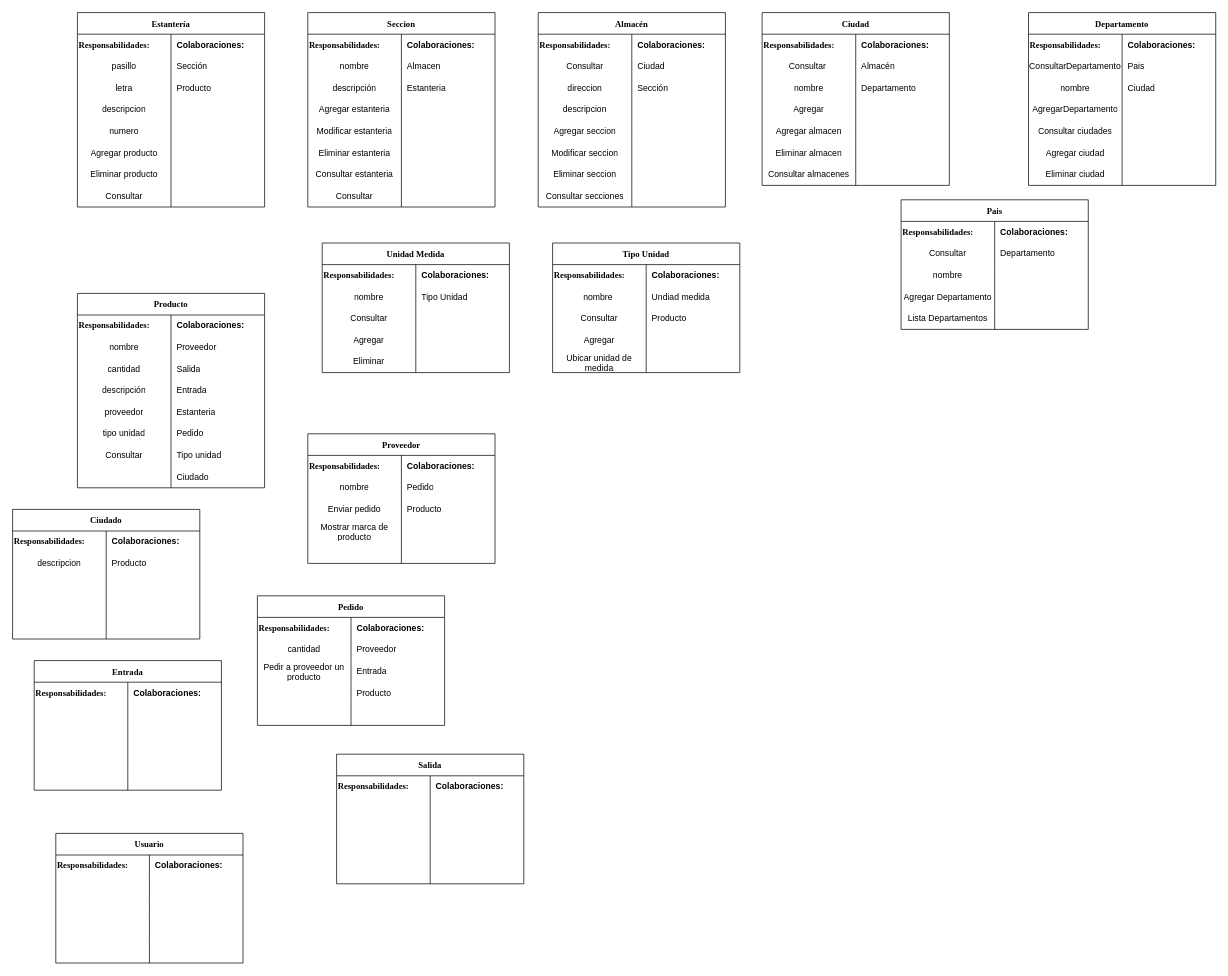
This is page "CRC" (1 of 2) of Extraclase/Modelo de dominio/Tarjetas CRC.drawio from DOOPan2022/Presupuesto, a draw.io file, before an edit. Source tidied: cells renumbered, new cells numbered last; positions are measured from the earlier drawing's top-left corner, leaving out a move shared by most shapes. Both pictures are drawn from the tidied source at 72%, with x=0, y=0 at pixel (12, 12).
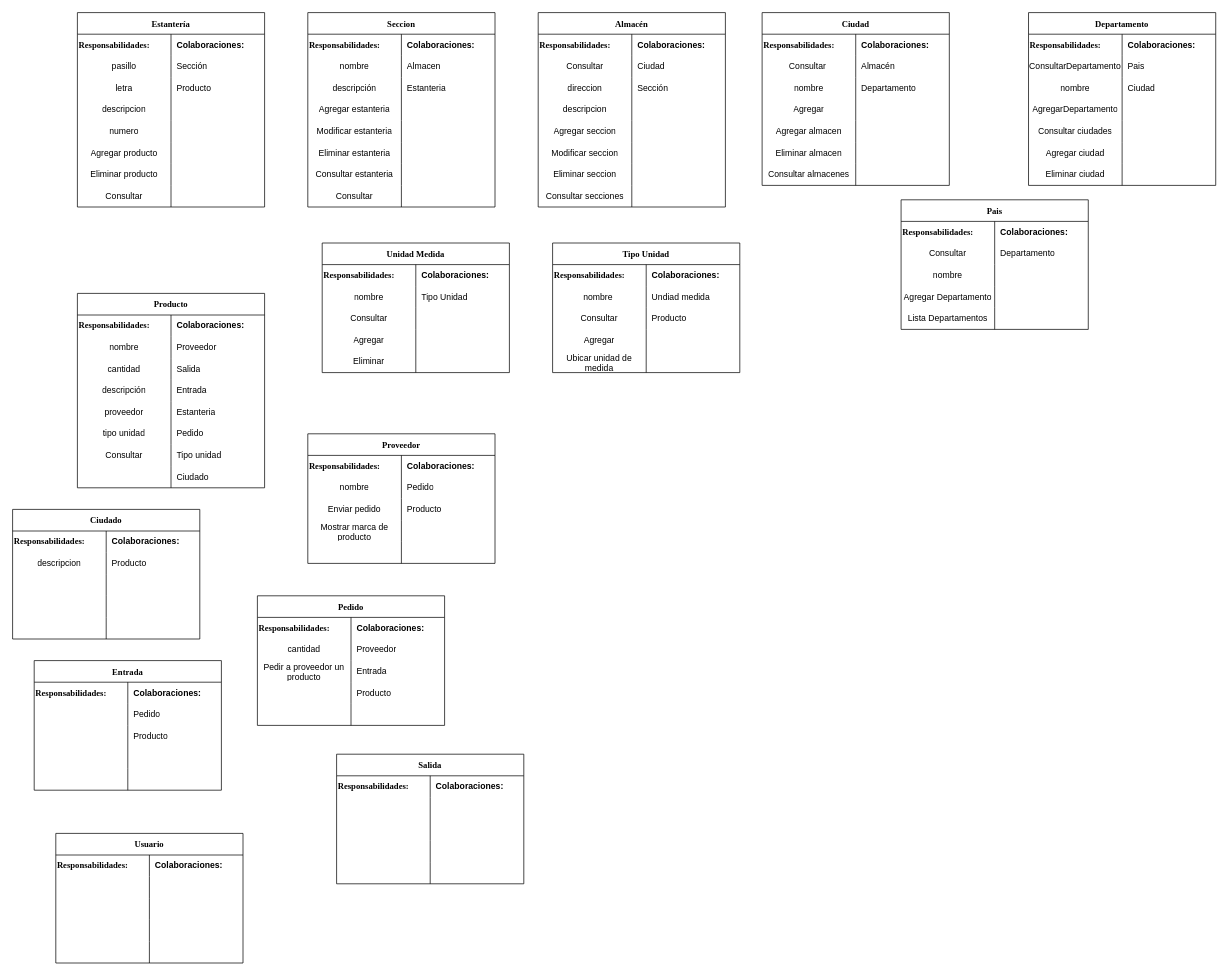
After the change.

The change refers to these unchanged cells:
```xml
<mxCell id="79" style="shape=tableRow;horizontal=0;startSize=0;swimlaneHead=0;swimlaneBody=0;top=0;left=0;bottom=0;right=0;fillColor=none;" parent="75" vertex="1">
  <mxGeometry y="60" width="260" height="30" as="geometry" />
</mxCell>
<mxCell id="82" style="shape=tableRow;horizontal=0;startSize=0;swimlaneHead=0;swimlaneBody=0;top=0;left=0;bottom=0;right=0;fillColor=none;" parent="75" vertex="1">
  <mxGeometry y="90" width="260" height="30" as="geometry" />
</mxCell>
```

What changed in the source:
```diff
@@
-    <mxCell id="81" style="shape=partialRectangle;html=1;whiteSpace=wrap;fillColor=none;top=0;left=0;bottom=0;right=0;align=left;spacingLeft=6;overflow=hidden;" parent="79" vertex="1">
+    <mxCell id="81" value="Pedido" style="shape=partialRectangle;html=1;whiteSpace=wrap;fillColor=none;top=0;left=0;bottom=0;right=0;align=left;spacingLeft=6;overflow=hidden;" parent="79" vertex="1">
       <mxGeometry x="130" width="130" height="30" as="geometry" />
     </mxCell>
@@
-    <mxCell id="84" style="shape=partialRectangle;html=1;whiteSpace=wrap;fillColor=none;top=0;left=0;bottom=0;right=0;align=left;spacingLeft=6;overflow=hidden;" parent="82" vertex="1">
+    <mxCell id="84" value="Producto" style="shape=partialRectangle;html=1;whiteSpace=wrap;fillColor=none;top=0;left=0;bottom=0;right=0;align=left;spacingLeft=6;overflow=hidden;" parent="82" vertex="1">
       <mxGeometry x="130" width="130" height="30" as="geometry" />
     </mxCell>
```
